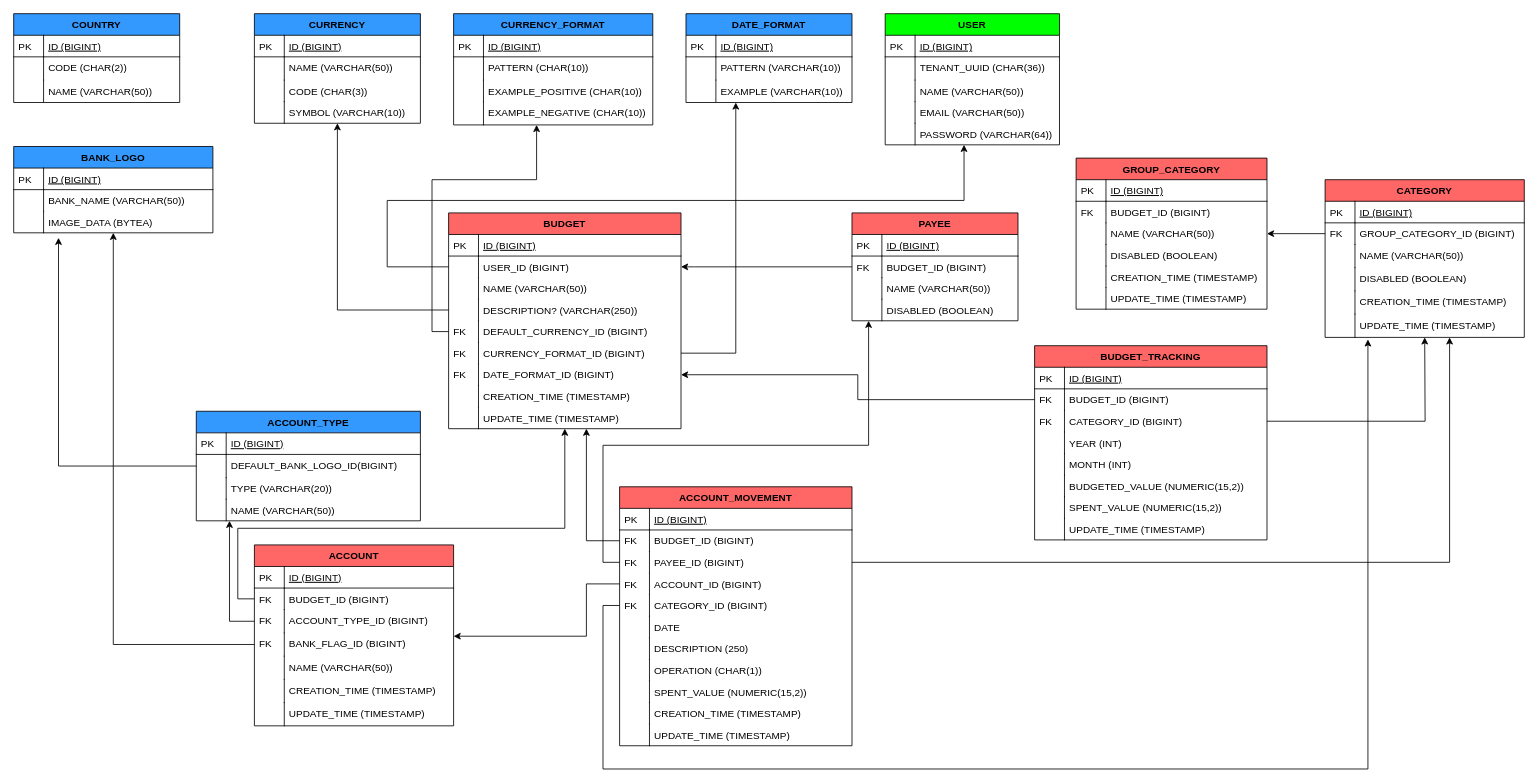
heliommsfilho/imperium-cash-api keeps this draw.io diagram as docs/imperium-cash.drawio. Above is the earlier version. Source tidied: cells renumbered, new cells numbered last; positions are measured from the earlier drawing's top-left corner, leaving out a move shared by most shapes. Both pictures are drawn from the tidied source at 83%, with x=0, y=0 at pixel (13, 13).
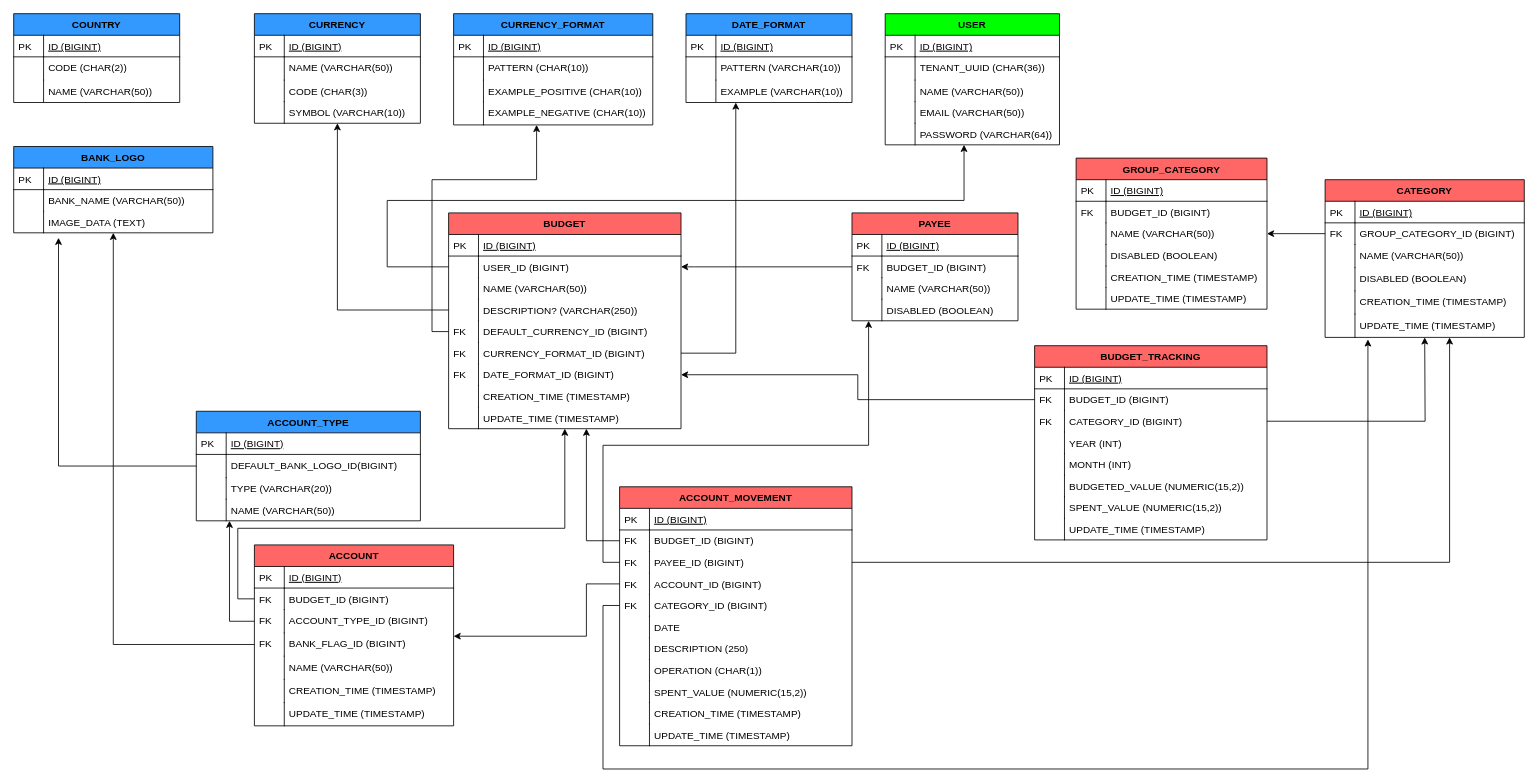
The same diagram, later.

Unchanged cells that the change refers to:
```xml
<mxCell id="179" value="BANK_LOGO" style="swimlane;fontStyle=1;horizontal=1;startSize=26;rounded=0;shadow=0;strokeWidth=1;fillColor=#3399FF;" parent="1" vertex="1">
  <mxGeometry y="160" width="240" height="104" as="geometry" />
</mxCell>
```

What changed in the source:
```diff
@@
-    <mxCell id="184" value="IMAGE_DATA (BYTEA)" style="shape=partialRectangle;top=0;left=0;right=0;bottom=0;align=left;verticalAlign=top;fillColor=none;spacingLeft=40;spacingRight=4;overflow=hidden;rounded=0;shadow=0;strokeWidth=1;" parent="179" vertex="1">
+    <mxCell id="184" value="IMAGE_DATA (TEXT)" style="shape=partialRectangle;top=0;left=0;right=0;bottom=0;align=left;verticalAlign=top;fillColor=none;spacingLeft=40;spacingRight=4;overflow=hidden;rounded=0;shadow=0;strokeWidth=1;" parent="179" vertex="1">
       <mxGeometry y="78" width="240" height="26" as="geometry" />
     </mxCell>
```
